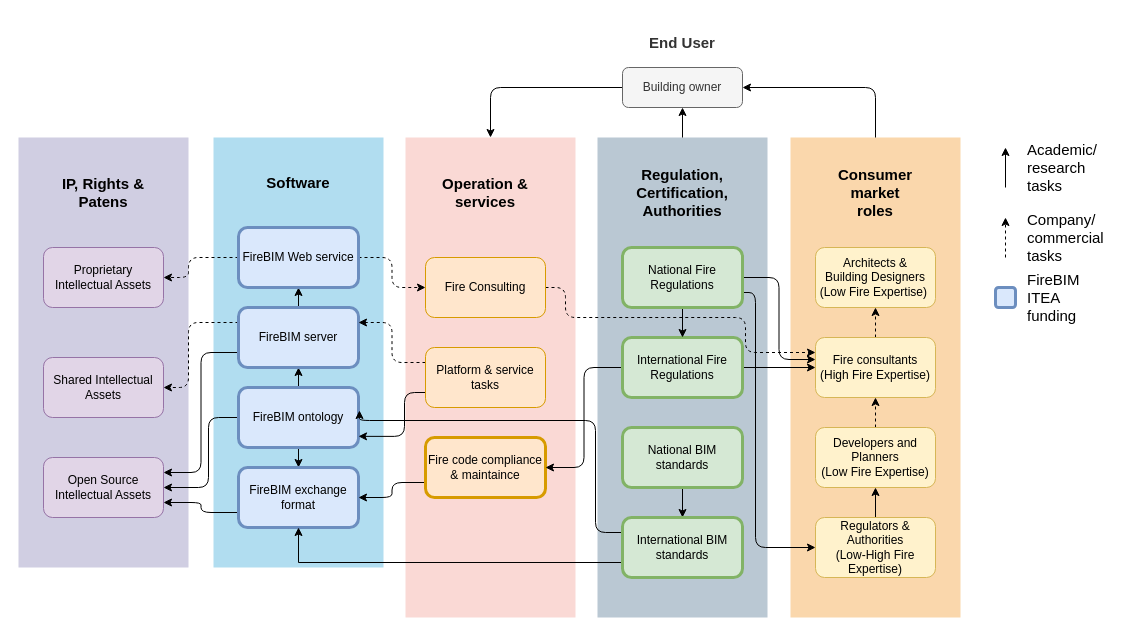
This is diagram/FireBIM Market Value Chain Lite.drawio from Kristoffernegendahl/fireBIM, a draw.io file, before an edit. Source tidied: cells renumbered, new cells numbered last; positions are measured from the earlier drawing's top-left corner, leaving out a move shared by most shapes. Both pictures are drawn from the tidied source at 100%, with x=0, y=0 at pixel (18, 17).
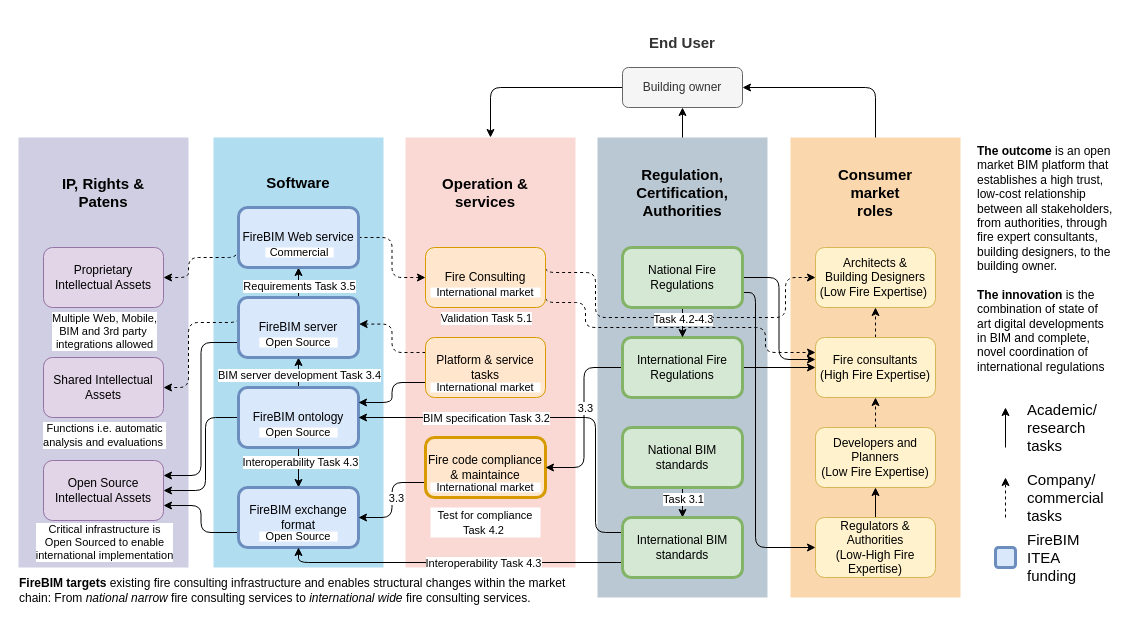
The same diagram, later.

Commit message:
Enhanced annotations FireBIM Market Value Chain Lite.drawio

The change refers to these unchanged cells:
```xml
<mxCell id="3" style="rounded=0;whiteSpace=wrap;html=1;strokeColor=none;fillColor=#b1ddf0;" parent="1" vertex="1">
  <mxGeometry x="195" y="120" width="170" height="430" as="geometry" />
</mxCell>
<mxCell id="8" style="edgeStyle=orthogonalEdgeStyle;rounded=0;jettySize=auto;html=1;exitX=0.5;exitY=1;exitDx=0;exitDy=0;entryX=0.5;entryY=0;entryDx=0;entryDy=0;" parent="1" edge="1" source="11" target="13">
  <mxGeometry relative="1" as="geometry" />
</mxCell>
<mxCell id="9" style="edgeStyle=orthogonalEdgeStyle;rounded=0;jettySize=auto;html=1;exitX=0.5;exitY=0;exitDx=0;exitDy=0;entryX=0.5;entryY=1;entryDx=0;entryDy=0;" parent="1" edge="1" source="11" target="17">
  <mxGeometry relative="1" as="geometry" />
</mxCell>
<mxCell id="11" value="FireBIM ontology" style="rounded=1;whiteSpace=wrap;html=1;fillColor=#dae8fc;strokeColor=#6c8ebf;strokeWidth=3;" parent="1" vertex="1">
  <mxGeometry x="220" y="370" width="120" height="60" as="geometry" />
</mxCell>
<mxCell id="14" style="edgeStyle=orthogonalEdgeStyle;rounded=0;jettySize=auto;html=1;exitX=0.5;exitY=0;exitDx=0;exitDy=0;entryX=0.5;entryY=1;entryDx=0;entryDy=0;" parent="1" edge="1" source="17" target="20">
  <mxGeometry relative="1" as="geometry" />
</mxCell>
<mxCell id="27" style="edgeStyle=orthogonalEdgeStyle;rounded=1;jettySize=auto;html=1;exitX=0;exitY=0.75;exitDx=0;exitDy=0;entryX=1;entryY=0.5;entryDx=0;entryDy=0;jumpStyle=none;" parent="1" edge="1" source="28" target="13">
  <mxGeometry relative="1" as="geometry" />
</mxCell>
<mxCell id="35" style="edgeStyle=orthogonalEdgeStyle;rounded=1;jettySize=auto;html=1;exitX=0;exitY=0.5;exitDx=0;exitDy=0;entryX=1;entryY=0.5;entryDx=0;entryDy=0;" parent="1" edge="1" source="37" target="28">
  <mxGeometry relative="1" as="geometry" />
</mxCell>
<mxCell id="38" style="edgeStyle=orthogonalEdgeStyle;rounded=0;jettySize=auto;html=1;exitX=0.5;exitY=1;exitDx=0;exitDy=0;entryX=0.5;entryY=0;entryDx=0;entryDy=0;" parent="1" edge="1" source="39" target="42">
  <mxGeometry relative="1" as="geometry" />
</mxCell>
<mxCell id="42" value="International BIM standards" style="rounded=1;whiteSpace=wrap;html=1;fillColor=#d5e8d4;strokeColor=#82b366;strokeWidth=3;" parent="1" vertex="1">
  <mxGeometry x="604" y="500" width="120" height="60" as="geometry" />
</mxCell>
<mxCell id="43" style="edgeStyle=orthogonalEdgeStyle;rounded=0;jettySize=auto;html=1;exitX=0.5;exitY=1;exitDx=0;exitDy=0;entryX=0.5;entryY=0;entryDx=0;entryDy=0;" parent="1" edge="1" source="46" target="37">
  <mxGeometry relative="1" as="geometry" />
</mxCell>
<mxCell id="50" value="Fire consultants&lt;br&gt;(High Fire&amp;nbsp;Expertise)" style="rounded=1;whiteSpace=wrap;html=1;fillColor=#fff2cc;strokeColor=#d6b656;" parent="1" vertex="1">
  <mxGeometry x="797" y="320" width="120" height="60" as="geometry" />
</mxCell>
<mxCell id="55" value="Architects &amp;amp; &lt;br&gt;Building Designers&lt;br&gt;(Low Fire Expertise)&amp;nbsp;" style="rounded=1;whiteSpace=wrap;html=1;fillColor=#fff2cc;strokeColor=#d6b656;" parent="1" vertex="1">
  <mxGeometry x="797" y="230" width="120" height="60" as="geometry" />
</mxCell>
```

Change to the diagram source:
```diff
@@
     <mxCell id="4" style="rounded=0;whiteSpace=wrap;html=1;fillColor=#fad7ac;strokeColor=none;" parent="1" vertex="1">
-      <mxGeometry x="772" y="120" width="170" height="480" as="geometry" />
+      <mxGeometry x="772" y="120" width="170" height="460" as="geometry" />
     </mxCell>
     <mxCell id="5" style="rounded=0;whiteSpace=wrap;html=1;fillColor=#bac8d3;strokeColor=none;" parent="1" vertex="1">
-      <mxGeometry x="579" y="120" width="170" height="480" as="geometry" />
+      <mxGeometry x="579" y="120" width="170" height="460" as="geometry" />
     </mxCell>
     <mxCell id="6" style="rounded=0;whiteSpace=wrap;html=1;strokeColor=none;fillColor=#fad9d5;" parent="1" vertex="1">
-      <mxGeometry x="387" y="120" width="170" height="480" as="geometry" />
+      <mxGeometry x="387" y="120" width="170" height="430" as="geometry" />
     </mxCell>
@@
+    <mxCell id="66" value="Interoperability Task 4.3" style="edgeLabel;html=1;align=center;verticalAlign=middle;" parent="8" vertex="1">
+      <mxGeometry x="-0.28" y="1" relative="1" as="geometry" />
+    </mxCell>
@@
+    <mxCell id="67" value="BIM server development Task 3.4" style="edgeLabel;html=1;align=center;verticalAlign=middle;" parent="9" vertex="1">
+      <mxGeometry x="-0.38" relative="1" as="geometry">
+        <mxPoint y="-4" as="offset" />
+      </mxGeometry>
+    </mxCell>
-    <mxCell id="10" style="edgeStyle=orthogonalEdgeStyle;rounded=1;jettySize=auto;html=1;exitX=0;exitY=0.5;exitDx=0;exitDy=0;entryX=1;entryY=0.5;entryDx=0;entryDy=0;" parent="1" edge="1" source="11" target="29">
+    <mxCell id="10" style="edgeStyle=orthogonalEdgeStyle;rounded=1;jettySize=auto;html=1;exitX=0;exitY=0.5;exitDx=0;exitDy=0;entryX=1;entryY=0.5;entryDx=0;entryDy=0;fontSize=12;" parent="1" edge="1" source="11" target="29">
       <mxGeometry relative="1" as="geometry">
         <Array as="points">
-          <mxPoint x="190" y="400" />
-          <mxPoint x="190" y="470" />
+          <mxPoint x="187" y="400" />
+          <mxPoint x="187" y="473" />
         </Array>
       </mxGeometry>
     </mxCell>
@@
     <mxCell id="13" value="FireBIM exchange format" style="rounded=1;whiteSpace=wrap;html=1;fillColor=#dae8fc;strokeColor=#6c8ebf;strokeWidth=3;" parent="1" vertex="1">
-      <mxGeometry x="220" y="450" width="120" height="60" as="geometry" />
+      <mxGeometry x="220" y="470" width="120" height="60" as="geometry" />
     </mxCell>
@@
+    <mxCell id="68" value="Requirements Task 3.5" style="edgeLabel;html=1;align=center;verticalAlign=middle;" parent="14" vertex="1">
+      <mxGeometry x="-0.37" relative="1" as="geometry">
+        <mxPoint y="-3" as="offset" />
+      </mxGeometry>
+    </mxCell>
@@
     <mxCell id="17" value="FireBIM server" style="rounded=1;whiteSpace=wrap;html=1;fillColor=#dae8fc;strokeColor=#6c8ebf;strokeWidth=3;" parent="1" vertex="1">
-      <mxGeometry x="220" y="290" width="120" height="60" as="geometry" />
+      <mxGeometry x="220" y="280" width="120" height="60" as="geometry" />
     </mxCell>
@@
     <mxCell id="20" value="FireBIM Web service" style="rounded=1;whiteSpace=wrap;html=1;fillColor=#dae8fc;strokeColor=#6c8ebf;strokeWidth=3;" parent="1" vertex="1">
-      <mxGeometry x="220" y="210" width="120" height="60" as="geometry" />
+      <mxGeometry x="220" y="190" width="120" height="60" as="geometry" />
     </mxCell>
@@
-    <mxCell id="22" style="edgeStyle=orthogonalEdgeStyle;rounded=1;jettySize=auto;html=1;exitX=1;exitY=0.5;exitDx=0;exitDy=0;entryX=0;entryY=0.25;entryDx=0;entryDy=0;dashed=1;" parent="1" edge="1" source="23" target="50">
+    <mxCell id="22" style="edgeStyle=orthogonalEdgeStyle;rounded=1;jettySize=auto;html=1;exitX=1;exitY=0.75;exitDx=0;exitDy=0;entryX=0;entryY=0.25;entryDx=0;entryDy=0;dashed=1;" parent="1" edge="1" source="23" target="50">
       <mxGeometry relative="1" as="geometry">
         <Array as="points">
-          <mxPoint x="547" y="270" />
-          <mxPoint x="547" y="300" />
-          <mxPoint x="727" y="300" />
-          <mxPoint x="727" y="335" />
+          <mxPoint x="567" y="285" />
+          <mxPoint x="567" y="310" />
+          <mxPoint x="747" y="310" />
+          <mxPoint x="747" y="335" />
         </Array>
       </mxGeometry>
     </mxCell>
+    <mxCell id="69" style="edgeStyle=orthogonalEdgeStyle;rounded=1;jettySize=auto;html=1;exitX=1;exitY=0.25;exitDx=0;exitDy=0;entryX=0;entryY=0.5;entryDx=0;entryDy=0;dashed=1;" parent="1" edge="1" source="23" target="55">
+      <mxGeometry relative="1" as="geometry">
+        <Array as="points">
+          <mxPoint x="577" y="255" />
+          <mxPoint x="577" y="300" />
+          <mxPoint x="767" y="300" />
+          <mxPoint x="767" y="260" />
+        </Array>
+      </mxGeometry>
+    </mxCell>
     <mxCell id="23" value="Fire Consulting" style="rounded=1;whiteSpace=wrap;html=1;fillColor=#ffe6cc;strokeColor=#d79b00;" parent="1" vertex="1">
-      <mxGeometry x="407" y="240" width="120" height="60" as="geometry" />
+      <mxGeometry x="407" y="230" width="120" height="60" as="geometry" />
     </mxCell>
-    <mxCell id="24" style="edgeStyle=orthogonalEdgeStyle;rounded=1;jumpStyle=none;jettySize=auto;html=1;exitX=0;exitY=0.25;exitDx=0;exitDy=0;entryX=1;entryY=0.25;entryDx=0;entryDy=0;dashed=1;strokeColor=default;strokeWidth=1;" parent="1" edge="1" source="26" target="17">
+    <mxCell id="24" style="edgeStyle=orthogonalEdgeStyle;rounded=1;jumpStyle=none;jettySize=auto;html=1;exitX=0;exitY=0.25;exitDx=0;exitDy=0;entryX=1.005;entryY=0.443;entryDx=0;entryDy=0;dashed=1;strokeColor=default;strokeWidth=1;entryPerimeter=0;" parent="1" edge="1" source="26" target="17">
       <mxGeometry relative="1" as="geometry" />
     </mxCell>
-    <mxCell id="25" style="edgeStyle=orthogonalEdgeStyle;rounded=1;jumpStyle=none;jettySize=auto;html=1;exitX=0;exitY=0.75;exitDx=0;exitDy=0;entryX=0.853;entryY=0.695;entryDx=0;entryDy=0;entryPerimeter=0;strokeColor=default;strokeWidth=1;" parent="1" edge="1" source="26" target="3">
+    <mxCell id="25" style="edgeStyle=orthogonalEdgeStyle;rounded=1;jumpStyle=none;jettySize=auto;html=1;exitX=0;exitY=0.75;exitDx=0;exitDy=0;entryX=1;entryY=0.25;entryDx=0;entryDy=0;strokeColor=default;strokeWidth=1;" parent="1" edge="1" source="26" target="11">
       <mxGeometry relative="1" as="geometry" />
     </mxCell>
     <mxCell id="26" value="Platform &amp;amp; service tasks" style="rounded=1;whiteSpace=wrap;html=1;fillColor=#ffe6cc;strokeColor=#d79b00;" parent="1" vertex="1">
-      <mxGeometry x="407" y="330" width="120" height="60" as="geometry" />
+      <mxGeometry x="407" y="320" width="120" height="60" as="geometry" />
     </mxCell>
@@
+    <mxCell id="70" value="3.3" style="edgeLabel;html=1;align=center;verticalAlign=middle;" parent="27" vertex="1">
+      <mxGeometry x="0.38" relative="1" as="geometry">
+        <mxPoint x="5" y="-20" as="offset" />
+      </mxGeometry>
+    </mxCell>
@@
     <mxCell id="29" value="Open Source Intellectual Assets" style="rounded=1;whiteSpace=wrap;html=1;fillColor=#e1d5e7;strokeColor=#9673a6;" parent="1" vertex="1">
-      <mxGeometry x="25" y="440" width="120" height="60" as="geometry" />
+      <mxGeometry x="25" y="443" width="120" height="60" as="geometry" />
     </mxCell>
@@
+    <mxCell id="71" value="3.3" style="edgeLabel;html=1;align=center;verticalAlign=middle;" parent="35" vertex="1">
+      <mxGeometry x="-0.11" y="-2" relative="1" as="geometry">
+        <mxPoint x="3" as="offset" />
+      </mxGeometry>
+    </mxCell>
@@
+    <mxCell id="72" value="Task 3.1" style="edgeLabel;html=1;align=center;verticalAlign=middle;" parent="38" vertex="1">
+      <mxGeometry x="-0.35" relative="1" as="geometry">
+        <mxPoint y="1" as="offset" />
+      </mxGeometry>
+    </mxCell>
@@
-    <mxCell id="40" style="edgeStyle=orthogonalEdgeStyle;rounded=0;jettySize=auto;html=1;exitX=0;exitY=0.75;exitDx=0;exitDy=0;entryX=0.5;entryY=1;entryDx=0;entryDy=0;" parent="1" edge="1" source="42" target="13">
-      <mxGeometry relative="1" as="geometry" />
+    <mxCell id="40" style="edgeStyle=orthogonalEdgeStyle;rounded=1;jettySize=auto;html=1;exitX=0;exitY=0.75;exitDx=0;exitDy=0;entryX=0.5;entryY=1;entryDx=0;entryDy=0;" parent="1" edge="1" source="42" target="13">
+      <mxGeometry relative="1" as="geometry">
+        <Array as="points">
+          <mxPoint x="280" y="545" />
+        </Array>
+      </mxGeometry>
     </mxCell>
+    <mxCell id="73" value="Interoperability Task 4.3" style="edgeLabel;html=1;align=center;verticalAlign=middle;" parent="40" vertex="1">
+      <mxGeometry x="-0.2" y="-2" relative="1" as="geometry">
+        <mxPoint x="-4" y="2" as="offset" />
+      </mxGeometry>
+    </mxCell>
-    <mxCell id="41" style="edgeStyle=orthogonalEdgeStyle;rounded=1;jettySize=auto;html=1;exitX=0;exitY=0.25;exitDx=0;exitDy=0;entryX=1.008;entryY=0.383;entryDx=0;entryDy=0;entryPerimeter=0;" parent="1" edge="1" source="42" target="11">
+    <mxCell id="41" style="edgeStyle=orthogonalEdgeStyle;rounded=1;jettySize=auto;html=1;exitX=0;exitY=0.25;exitDx=0;exitDy=0;entryX=1;entryY=0.5;entryDx=0;entryDy=0;" parent="1" edge="1" source="42" target="11">
       <mxGeometry relative="1" as="geometry">
         <Array as="points">
           <mxPoint x="577" y="515" />
-          <mxPoint x="577" y="403" />
+          <mxPoint x="577" y="400" />
         </Array>
       </mxGeometry>
     </mxCell>
+    <mxCell id="74" value="BIM specification Task 3.2" style="edgeLabel;html=1;align=center;verticalAlign=middle;" parent="41" vertex="1">
+      <mxGeometry x="0.29" relative="1" as="geometry">
+        <mxPoint x="-8" as="offset" />
+      </mxGeometry>
+    </mxCell>
@@
+    <mxCell id="75" value="Task 4.2-4.3" style="edgeLabel;html=1;align=center;verticalAlign=middle;" parent="43" vertex="1">
+      <mxGeometry x="-0.28" relative="1" as="geometry" />
+    </mxCell>
@@
     <mxCell id="60" style="endArrow=classic;html=1;fontSize=15;" parent="1" edge="1">
       <mxGeometry relative="1" as="geometry">
-        <mxPoint x="987" y="170" as="sourcePoint" />
-        <mxPoint x="987" y="130" as="targetPoint" />
+        <mxPoint x="987" y="430" as="sourcePoint" />
+        <mxPoint x="987" y="390" as="targetPoint" />
       </mxGeometry>
     </mxCell>
     <mxCell id="61" value="Academic/&lt;br&gt;research tasks" style="text;html=1;strokeColor=none;fillColor=none;align=left;verticalAlign=middle;whiteSpace=wrap;rounded=0;dashed=1;fontSize=15;" parent="1" vertex="1">
-      <mxGeometry x="1007" y="140" width="40" height="20" as="geometry" />
+      <mxGeometry x="1007" y="400" width="40" height="20" as="geometry" />
     </mxCell>
     <mxCell id="62" style="endArrow=classic;html=1;fontSize=15;dashed=1;" parent="1" edge="1">
       <mxGeometry relative="1" as="geometry">
-        <mxPoint x="987" y="240" as="sourcePoint" />
-        <mxPoint x="987" y="200" as="targetPoint" />
+        <mxPoint x="987" y="500" as="sourcePoint" />
+        <mxPoint x="987" y="460" as="targetPoint" />
       </mxGeometry>
     </mxCell>
     <mxCell id="63" value="Company/&lt;br&gt;commercial&lt;br&gt;tasks" style="text;html=1;strokeColor=none;fillColor=none;align=left;verticalAlign=middle;whiteSpace=wrap;rounded=0;dashed=1;fontSize=15;" parent="1" vertex="1">
-      <mxGeometry x="1007" y="210" width="40" height="20" as="geometry" />
+      <mxGeometry x="1007" y="470" width="40" height="20" as="geometry" />
     </mxCell>
     <mxCell id="64" style="rounded=1;whiteSpace=wrap;html=1;fillColor=#dae8fc;strokeColor=#6c8ebf;strokeWidth=3;" parent="1" vertex="1">
-      <mxGeometry x="977" y="270" width="20" height="20" as="geometry" />
+      <mxGeometry x="977" y="530" width="20" height="20" as="geometry" />
     </mxCell>
     <mxCell id="65" value="FireBIM ITEA funding" style="text;html=1;strokeColor=none;fillColor=none;align=left;verticalAlign=middle;whiteSpace=wrap;rounded=0;dashed=1;fontSize=15;" parent="1" vertex="1">
-      <mxGeometry x="1007" y="270" width="40" height="20" as="geometry" />
+      <mxGeometry x="1007" y="530" width="40" height="20" as="geometry" />
     </mxCell>
+    <mxCell id="76" value="&lt;span&gt;&lt;font style=&quot;font-size: 11px&quot;&gt;Commercial&lt;/font&gt;&lt;/span&gt;" style="rounded=0;whiteSpace=wrap;html=1;strokeColor=none;verticalAlign=middle;arcSize=10;fillColor=default;shadow=0;" parent="1" vertex="1">
+      <mxGeometry x="247" y="230" width="68.2" height="10" as="geometry" />
+    </mxCell>
+    <mxCell id="77" value="&lt;span&gt;&lt;font style=&quot;font-size: 11px&quot;&gt;Open Source&lt;/font&gt;&lt;/span&gt;" style="rounded=0;whiteSpace=wrap;html=1;strokeColor=none;verticalAlign=middle;arcSize=10;" parent="1" vertex="1">
+      <mxGeometry x="240.9" y="320" width="78.2" height="10" as="geometry" />
+    </mxCell>
+    <mxCell id="78" value="&lt;span&gt;&lt;font style=&quot;font-size: 11px&quot;&gt;Open Source&lt;/font&gt;&lt;/span&gt;" style="rounded=0;whiteSpace=wrap;html=1;strokeColor=none;verticalAlign=middle;arcSize=10;" parent="1" vertex="1">
+      <mxGeometry x="240.9" y="410" width="78.2" height="10" as="geometry" />
+    </mxCell>
+    <mxCell id="79" value="&lt;span&gt;&lt;font style=&quot;font-size: 11px&quot;&gt;Open Source&lt;/font&gt;&lt;/span&gt;" style="rounded=0;whiteSpace=wrap;html=1;strokeColor=none;verticalAlign=middle;arcSize=10;" parent="1" vertex="1">
+      <mxGeometry x="240.9" y="514" width="78.2" height="10" as="geometry" />
+    </mxCell>
+    <mxCell id="80" value="&lt;span&gt;&lt;font style=&quot;font-size: 11px&quot;&gt;International market&lt;/font&gt;&lt;/span&gt;" style="rounded=0;whiteSpace=wrap;html=1;strokeColor=none;verticalAlign=middle;arcSize=10;" parent="1" vertex="1">
+      <mxGeometry x="412" y="270" width="110" height="10" as="geometry" />
+    </mxCell>
+    <mxCell id="81" value="Validation Task 5.1" style="edgeLabel;html=1;align=center;verticalAlign=middle;" parent="1" vertex="1">
+      <mxGeometry x="467" y="300" as="geometry" />
+    </mxCell>
+    <mxCell id="82" value="&lt;span&gt;&lt;font style=&quot;font-size: 11px&quot;&gt;International market&lt;/font&gt;&lt;/span&gt;" style="rounded=0;whiteSpace=wrap;html=1;strokeColor=none;verticalAlign=middle;arcSize=10;" parent="1" vertex="1">
+      <mxGeometry x="412" y="365" width="110" height="10" as="geometry" />
+    </mxCell>
+    <mxCell id="83" value="&lt;span&gt;&lt;font style=&quot;font-size: 11px&quot;&gt;International market&lt;/font&gt;&lt;/span&gt;" style="rounded=0;whiteSpace=wrap;html=1;strokeColor=none;verticalAlign=middle;arcSize=10;" parent="1" vertex="1">
+      <mxGeometry x="412" y="465" width="110" height="10" as="geometry" />
+    </mxCell>
+    <mxCell id="84" value="&lt;span&gt;&lt;font style=&quot;font-size: 11px&quot;&gt;Test for compliance Task 4.2&amp;nbsp;&lt;/font&gt;&lt;/span&gt;" style="rounded=0;whiteSpace=wrap;html=1;strokeColor=none;verticalAlign=middle;arcSize=10;" parent="1" vertex="1">
+      <mxGeometry x="412" y="490" width="110" height="30" as="geometry" />
+    </mxCell>
+    <mxCell id="85" value="&lt;b&gt;FireBIM targets&lt;/b&gt; existing fire consulting infrastructure and enables structural changes within the market chain: From &lt;i style=&quot;font-size: 12px&quot;&gt;national narrow &lt;/i&gt;fire consulting services to &lt;i style=&quot;font-size: 12px&quot;&gt;international wide &lt;/i&gt;fire consulting services. " style="text;html=1;strokeColor=none;fillColor=default;align=left;verticalAlign=middle;whiteSpace=wrap;rounded=0;fontSize=12;" parent="1" vertex="1">
+      <mxGeometry x="-1.5" y="555" width="558.5" height="35" as="geometry" />
+    </mxCell>
+    <mxCell id="86" value="&lt;span style=&quot;color: rgb(0 , 0 , 0) ; font-family: &amp;#34;helvetica&amp;#34; ; font-size: 12px ; font-style: normal ; letter-spacing: normal ; text-align: left ; text-indent: 0px ; text-transform: none ; word-spacing: 0px ; display: inline ; float: none&quot;&gt;&lt;b&gt;The outcome&lt;/b&gt;&lt;/span&gt;&lt;span style=&quot;color: rgb(0 , 0 , 0) ; font-family: &amp;#34;helvetica&amp;#34; ; font-size: 12px ; font-style: normal ; letter-spacing: normal ; text-align: left ; text-indent: 0px ; text-transform: none ; word-spacing: 0px ; display: inline ; float: none&quot;&gt; is an open market BIM platform that establishes a high trust, low-cost relationship between all stakeholders, from authorities, through fire expert consultants, building designers, to the building owner.&amp;nbsp;&amp;nbsp;&lt;br&gt;&lt;br&gt;&lt;b&gt;The innovation &lt;/b&gt;&lt;/span&gt;&lt;span style=&quot;color: rgb(0 , 0 , 0) ; font-family: &amp;#34;helvetica&amp;#34; ; font-size: 12px ; font-style: normal ; font-weight: 400 ; letter-spacing: normal ; text-align: left ; text-indent: 0px ; text-transform: none ; word-spacing: 0px ; display: inline ; float: none&quot;&gt;is the combination of state of art digital developments in BIM and complete, novel coordination of international regulations&lt;br&gt;&lt;/span&gt;" style="text;whiteSpace=wrap;html=1;fontSize=12;labelBackgroundColor=none;labelBorderColor=none;fillColor=default;" parent="1" vertex="1">
+      <mxGeometry x="957" y="120" width="140" height="240" as="geometry" />
+    </mxCell>
+    <mxCell id="87" value="Multiple Web, Mobile, &lt;br&gt;BIM and 3rd party&amp;nbsp;&lt;br&gt;integrations allowed" style="edgeLabel;html=1;align=center;verticalAlign=middle;" parent="1" vertex="1">
+      <mxGeometry x="85" y="313" as="geometry" />
+    </mxCell>
+    <mxCell id="88" value="Functions i.e. automatic&lt;br&gt;analysis and evaluations&amp;nbsp;" style="edgeLabel;html=1;align=center;verticalAlign=middle;" parent="1" vertex="1">
+      <mxGeometry x="85" y="417" as="geometry" />
+    </mxCell>
+    <mxCell id="89" value="Critical infrastructure is &lt;br&gt;Open Sourced to enable&lt;br&gt;international implementation" style="edgeLabel;html=1;align=center;verticalAlign=middle;" parent="1" vertex="1">
+      <mxGeometry x="85" y="524" as="geometry" />
+    </mxCell>
```
